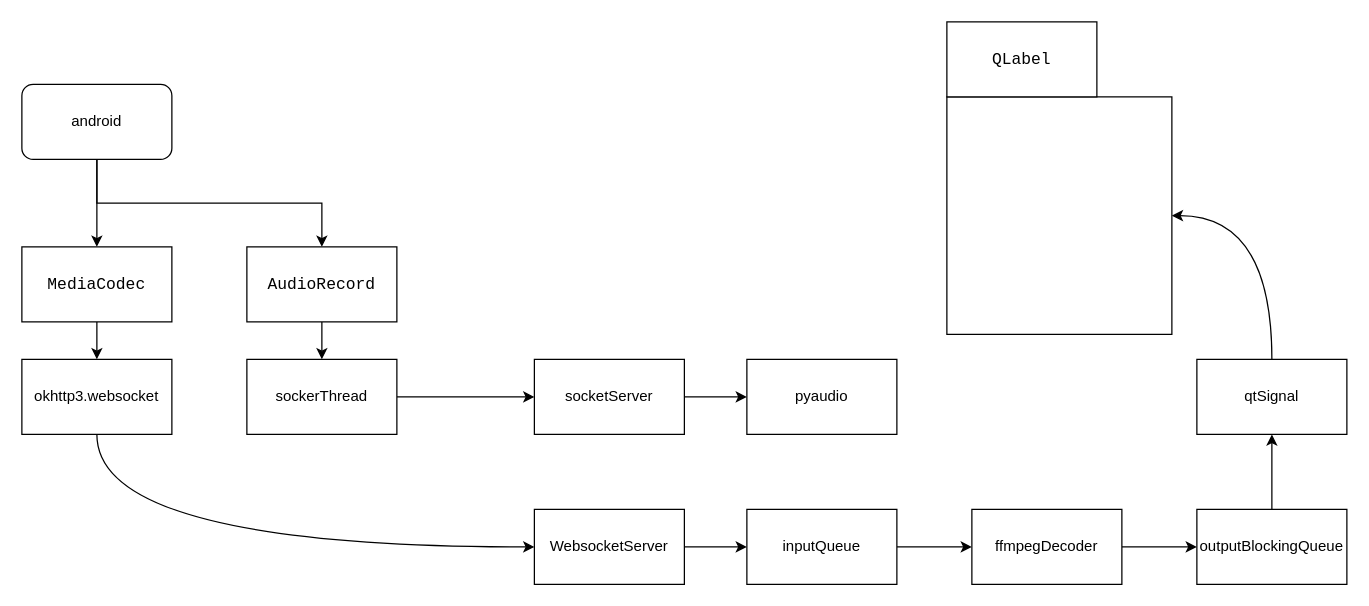
Before: doc/流程图.drawio in Yuandiaodiaodiao/PyScrcpy, a draw.io diagram. Source tidied: cells renumbered, new cells numbered last; positions are measured from the earlier drawing's top-left corner, leaving out a move shared by most shapes. Both pictures are drawn from the tidied source at 125%, with x=0, y=0 at pixel (21, 21).
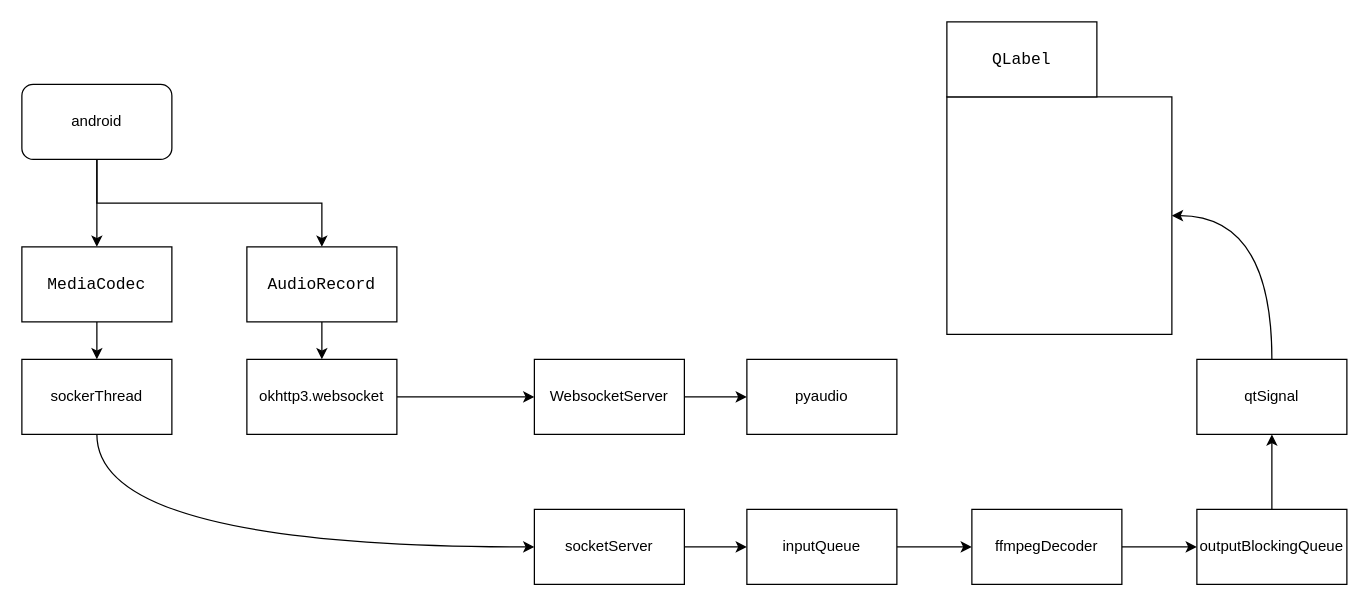
The same diagram, later.

Commit message (it also covers changes not shown here):
修复流程图错误

What changed in the source:
```diff
@@
-    <mxCell id="10" value="socketServer" style="rounded=0;whiteSpace=wrap;html=1;" parent="1" vertex="1">
+    <mxCell id="10" value="WebsocketServer" style="rounded=0;whiteSpace=wrap;html=1;" parent="1" vertex="1">
       <mxGeometry x="410" y="270" width="120" height="60" as="geometry" />
     </mxCell>
@@
-    <mxCell id="12" value="WebsocketServer" style="rounded=0;whiteSpace=wrap;html=1;" parent="1" vertex="1">
+    <mxCell id="12" value="socketServer" style="rounded=0;whiteSpace=wrap;html=1;" parent="1" vertex="1">
       <mxGeometry x="410" y="390" width="120" height="60" as="geometry" />
     </mxCell>
@@
-    <mxCell id="14" value="sockerThread" style="rounded=0;whiteSpace=wrap;html=1;" parent="1" vertex="1">
+    <mxCell id="14" value="okhttp3.websocket" style="rounded=0;whiteSpace=wrap;html=1;" parent="1" vertex="1">
       <mxGeometry x="180" y="270" width="120" height="60" as="geometry" />
     </mxCell>
@@
-    <mxCell id="16" value="okhttp3.websocket" style="rounded=0;whiteSpace=wrap;html=1;" parent="1" vertex="1">
+    <mxCell id="16" value="sockerThread" style="rounded=0;whiteSpace=wrap;html=1;" parent="1" vertex="1">
       <mxGeometry y="270" width="120" height="60" as="geometry" />
     </mxCell>
```
